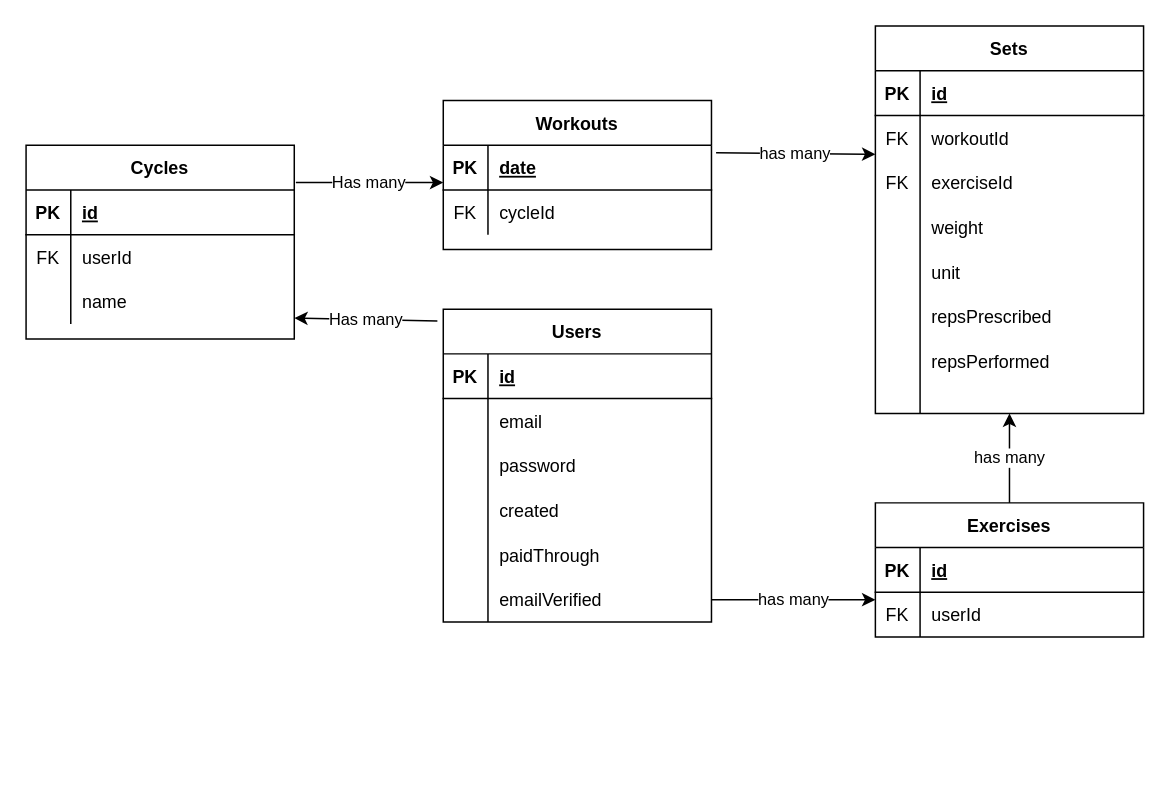
The draw.io diagram entity-relationship-diagram.drawio in garywige/wigedev-fitness-log, before the edit. Source tidied: cells renumbered, new cells numbered last; positions are measured from the earlier drawing's top-left corner, leaving out a move shared by most shapes. Both pictures are drawn from the tidied source at 149%, with x=0, y=0 at pixel (25, 25).
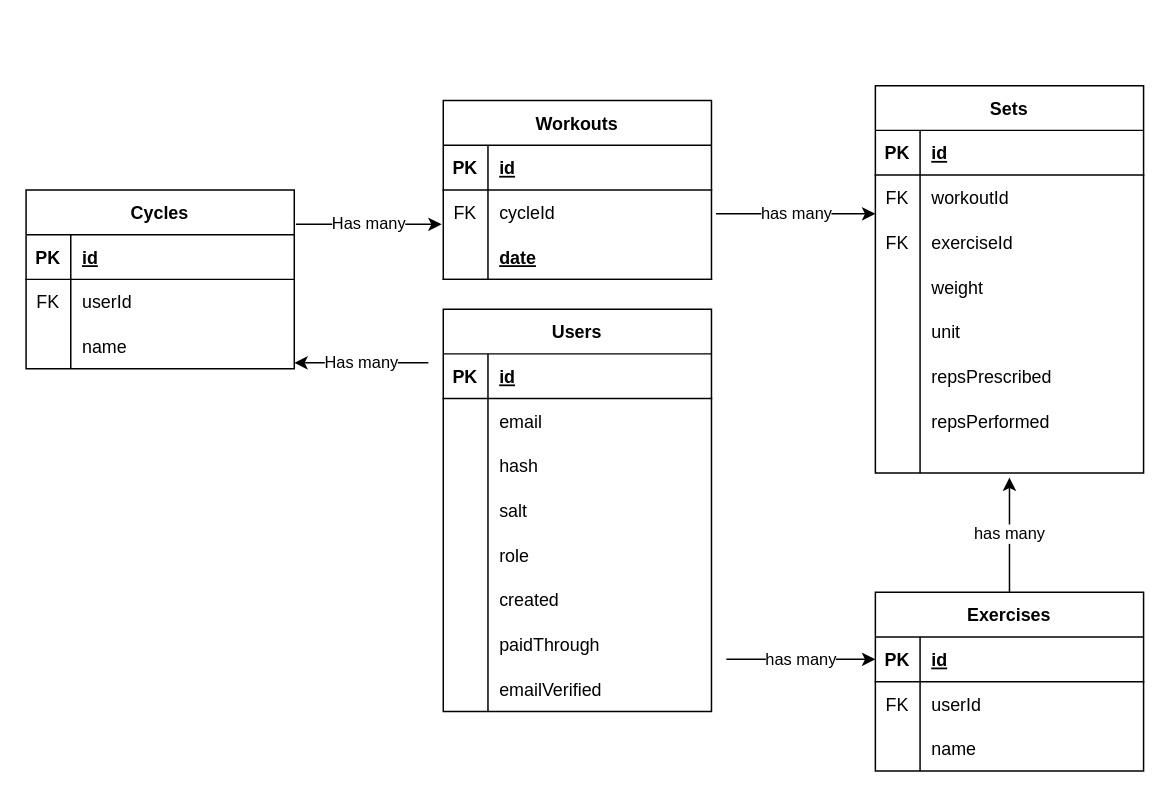
Above is the later version.

Unchanged cells that the change refers to:
```xml
<mxCell id="9" style="shape=tableRow;horizontal=0;startSize=0;swimlaneHead=0;swimlaneBody=0;fillColor=none;top=0;left=0;right=0;bottom=0;" parent="2" vertex="1">
  <mxGeometry y="90" width="180" height="30" as="geometry" />
</mxCell>
<mxCell id="32" style="shape=tableRow;horizontal=0;startSize=0;swimlaneHead=0;swimlaneBody=0;fillColor=none;points=[[0,0.5],[1,0.5]];portConstraint=eastwest;top=0;left=0;right=0;bottom=0;" parent="28" vertex="1">
  <mxGeometry y="60" width="180" height="30" as="geometry" />
</mxCell>
<mxCell id="49" style="shape=tableRow;horizontal=0;startSize=0;swimlaneHead=0;swimlaneBody=0;fillColor=none;points=[[0,0.5],[1,0.5]];portConstraint=eastwest;top=0;left=0;right=0;bottom=1;" parent="48" vertex="1">
  <mxGeometry y="30" width="180" height="30" as="geometry" />
</mxCell>
<mxCell id="52" style="shape=tableRow;horizontal=0;startSize=0;swimlaneHead=0;swimlaneBody=0;fillColor=none;points=[[0,0.5],[1,0.5]];portConstraint=eastwest;top=0;left=0;right=0;bottom=0;" parent="48" vertex="1">
  <mxGeometry y="60" width="180" height="30" as="geometry" />
</mxCell>
<mxCell id="65" style="shape=tableRow;horizontal=0;startSize=0;swimlaneHead=0;swimlaneBody=0;fillColor=none;points=[[0,0.5],[1,0.5]];portConstraint=eastwest;top=0;left=0;right=0;bottom=0;" parent="58" vertex="1">
  <mxGeometry y="90" width="180" height="30" as="geometry" />
</mxCell>
```

The edit, as a diff of the source:
```diff
@@
     <mxCell id="2" value="Users" style="shape=table;startSize=30;childLayout=tableLayout;rowLines=0;fontStyle=1;align=center;" parent="1" vertex="1">
-      <mxGeometry x="280" y="190" width="180" height="210" as="geometry" />
+      <mxGeometry x="280" y="190" width="180" height="270" as="geometry" />
     </mxCell>
@@
-    <mxCell id="11" value="password" style="shape=partialRectangle;fillColor=none;top=0;left=0;bottom=0;right=0;align=left;spacingLeft=6;overflow=hidden;" parent="9" vertex="1">
+    <mxCell id="11" value="hash" style="shape=partialRectangle;fillColor=none;top=0;left=0;bottom=0;right=0;align=left;spacingLeft=6;overflow=hidden;" parent="9" vertex="1">
       <mxGeometry x="30" width="150" height="30" as="geometry" />
     </mxCell>
+    <mxCell id="71" style="shape=tableRow;horizontal=0;startSize=0;swimlaneHead=0;swimlaneBody=0;fillColor=none;top=0;left=0;right=0;bottom=0;" parent="2" vertex="1">
+      <mxGeometry y="120" width="180" height="30" as="geometry" />
+    </mxCell>
+    <mxCell id="72" style="shape=partialRectangle;fillColor=none;top=0;left=0;bottom=0;right=0;overflow=hidden;" parent="71" vertex="1">
+      <mxGeometry width="30" height="30" as="geometry" />
+    </mxCell>
+    <mxCell id="73" value="salt" style="shape=partialRectangle;fillColor=none;top=0;left=0;bottom=0;right=0;align=left;spacingLeft=6;overflow=hidden;" parent="71" vertex="1">
+      <mxGeometry x="30" width="150" height="30" as="geometry" />
+    </mxCell>
+    <mxCell id="74" style="shape=tableRow;horizontal=0;startSize=0;swimlaneHead=0;swimlaneBody=0;fillColor=none;top=0;left=0;right=0;bottom=0;" parent="2" vertex="1">
+      <mxGeometry y="150" width="180" height="30" as="geometry" />
+    </mxCell>
+    <mxCell id="75" style="shape=partialRectangle;fillColor=none;top=0;left=0;bottom=0;right=0;overflow=hidden;" parent="74" vertex="1">
+      <mxGeometry width="30" height="30" as="geometry" />
+    </mxCell>
+    <mxCell id="76" value="role" style="shape=partialRectangle;fillColor=none;top=0;left=0;bottom=0;right=0;align=left;spacingLeft=6;overflow=hidden;" parent="74" vertex="1">
+      <mxGeometry x="30" width="150" height="30" as="geometry" />
+    </mxCell>
     <mxCell id="12" style="shape=tableRow;horizontal=0;startSize=0;swimlaneHead=0;swimlaneBody=0;fillColor=none;top=0;left=0;right=0;bottom=0;" parent="2" vertex="1">
-      <mxGeometry y="120" width="180" height="30" as="geometry" />
+      <mxGeometry y="180" width="180" height="30" as="geometry" />
     </mxCell>
@@
     <mxCell id="15" style="shape=tableRow;horizontal=0;startSize=0;swimlaneHead=0;swimlaneBody=0;fillColor=none;top=0;left=0;right=0;bottom=0;" parent="2" vertex="1">
-      <mxGeometry y="150" width="180" height="30" as="geometry" />
+      <mxGeometry y="210" width="180" height="30" as="geometry" />
     </mxCell>
@@
     <mxCell id="18" style="shape=tableRow;horizontal=0;startSize=0;swimlaneHead=0;swimlaneBody=0;fillColor=none;points=[[0,0.5],[1,0.5]];portConstraint=eastwest;top=0;left=0;right=0;bottom=0;" parent="2" vertex="1">
-      <mxGeometry y="180" width="180" height="30" as="geometry" />
+      <mxGeometry y="240" width="180" height="30" as="geometry" />
     </mxCell>
@@
     <mxCell id="21" value="Workouts" style="shape=table;startSize=30;childLayout=tableLayout;rowLines=0;fontStyle=1;align=center;" parent="1" vertex="1">
-      <mxGeometry x="280" y="50" width="180" height="100" as="geometry" />
+      <mxGeometry x="280" y="50" width="180" height="120" as="geometry" />
     </mxCell>
+    <mxCell id="77" style="shape=tableRow;horizontal=0;startSize=0;swimlaneHead=0;swimlaneBody=0;fillColor=none;top=0;left=0;right=0;bottom=1;" parent="21" vertex="1">
+      <mxGeometry y="30" width="180" height="30" as="geometry" />
+    </mxCell>
+    <mxCell id="78" value="PK" style="shape=partialRectangle;fillColor=none;top=0;left=0;bottom=0;right=0;fontStyle=1;overflow=hidden;" parent="77" vertex="1">
+      <mxGeometry width="30" height="30" as="geometry" />
+    </mxCell>
+    <mxCell id="79" value="id" style="shape=partialRectangle;fillColor=none;top=0;left=0;bottom=0;right=0;align=left;spacingLeft=6;fontStyle=5;overflow=hidden;" parent="77" vertex="1">
+      <mxGeometry x="30" width="150" height="30" as="geometry" />
+    </mxCell>
+    <mxCell id="25" style="shape=tableRow;horizontal=0;startSize=0;swimlaneHead=0;swimlaneBody=0;fillColor=none;points=[[0,0.5],[1,0.5]];portConstraint=eastwest;top=0;left=0;right=0;bottom=0;" parent="21" vertex="1">
+      <mxGeometry y="60" width="180" height="30" as="geometry" />
+    </mxCell>
+    <mxCell id="26" value="FK" style="shape=partialRectangle;fillColor=none;top=0;left=0;bottom=0;right=0;overflow=hidden;" parent="25" vertex="1">
+      <mxGeometry width="30" height="30" as="geometry" />
+    </mxCell>
+    <mxCell id="27" value="cycleId" style="shape=partialRectangle;fillColor=none;top=0;left=0;bottom=0;right=0;align=left;spacingLeft=6;overflow=hidden;" parent="25" vertex="1">
+      <mxGeometry x="30" width="150" height="30" as="geometry" />
+    </mxCell>
     <mxCell id="22" style="shape=tableRow;horizontal=0;startSize=0;swimlaneHead=0;swimlaneBody=0;fillColor=none;top=0;left=0;right=0;bottom=1;" parent="21" vertex="1">
-      <mxGeometry y="30" width="180" height="30" as="geometry" />
+      <mxGeometry y="90" width="180" height="30" as="geometry" />
     </mxCell>
-    <mxCell id="23" value="PK" style="shape=partialRectangle;fillColor=none;top=0;left=0;bottom=0;right=0;fontStyle=1;overflow=hidden;" parent="22" vertex="1">
+    <mxCell id="23" style="shape=partialRectangle;fillColor=none;top=0;left=0;bottom=0;right=0;fontStyle=1;overflow=hidden;" parent="22" vertex="1">
       <mxGeometry width="30" height="30" as="geometry" />
     </mxCell>
@@
-    <mxCell id="25" style="shape=tableRow;horizontal=0;startSize=0;swimlaneHead=0;swimlaneBody=0;fillColor=none;points=[[0,0.5],[1,0.5]];portConstraint=eastwest;top=0;left=0;right=0;bottom=0;" parent="21" vertex="1">
-      <mxGeometry y="60" width="180" height="30" as="geometry" />
-    </mxCell>
-    <mxCell id="26" value="FK" style="shape=partialRectangle;fillColor=none;top=0;left=0;bottom=0;right=0;overflow=hidden;" parent="25" vertex="1">
-      <mxGeometry width="30" height="30" as="geometry" />
-    </mxCell>
-    <mxCell id="27" value="cycleId" style="shape=partialRectangle;fillColor=none;top=0;left=0;bottom=0;right=0;align=left;spacingLeft=6;overflow=hidden;" parent="25" vertex="1">
-      <mxGeometry x="30" width="150" height="30" as="geometry" />
-    </mxCell>
     <mxCell id="28" value="Sets" style="shape=table;startSize=30;childLayout=tableLayout;rowLines=0;fontStyle=1;align=center;" parent="1" vertex="1">
-      <mxGeometry x="570" width="180" height="260" as="geometry" />
+      <mxGeometry x="570" y="40" width="180" height="260" as="geometry" />
     </mxCell>
@@
+    <mxCell id="80" style="shape=tableRow;horizontal=0;startSize=0;swimlaneHead=0;swimlaneBody=0;fillColor=none;top=0;left=0;right=0;bottom=0;" parent="28" vertex="1">
+      <mxGeometry y="180" width="180" height="30" as="geometry" />
+    </mxCell>
+    <mxCell id="81" style="shape=partialRectangle;fillColor=none;top=0;left=0;bottom=0;right=0;overflow=hidden;" parent="80" vertex="1">
+      <mxGeometry width="30" height="30" as="geometry" />
+    </mxCell>
+    <mxCell id="56" value="repsPrescribed" style="shape=partialRectangle;fillColor=none;top=0;left=0;bottom=0;right=0;align=left;spacingLeft=6;overflow=hidden;" parent="80" vertex="1">
+      <mxGeometry x="30" width="150" height="30" as="geometry" />
+    </mxCell>
+    <mxCell id="82" style="shape=tableRow;horizontal=0;startSize=0;swimlaneHead=0;swimlaneBody=0;fillColor=none;top=0;left=0;right=0;bottom=0;" parent="28" vertex="1">
+      <mxGeometry y="210" width="180" height="30" as="geometry" />
+    </mxCell>
+    <mxCell id="83" style="shape=partialRectangle;fillColor=none;top=0;left=0;bottom=0;right=0;overflow=hidden;" parent="82" vertex="1">
+      <mxGeometry width="30" height="30" as="geometry" />
+    </mxCell>
+    <mxCell id="57" value="repsPerformed" style="shape=partialRectangle;fillColor=none;top=0;left=0;bottom=0;right=0;align=left;spacingLeft=6;overflow=hidden;" parent="82" vertex="1">
+      <mxGeometry x="30" width="150" height="30" as="geometry" />
+    </mxCell>
     <mxCell id="44" style="shape=tableRow;horizontal=0;startSize=0;swimlaneHead=0;swimlaneBody=0;fillColor=none;points=[[0,0.5],[1,0.5]];portConstraint=eastwest;top=0;left=0;right=0;bottom=0;" parent="28" vertex="1">
-      <mxGeometry y="180" width="180" height="80" as="geometry" />
+      <mxGeometry y="240" width="180" height="20" as="geometry" />
     </mxCell>
     <mxCell id="45" style="shape=partialRectangle;fillColor=none;top=0;left=0;bottom=0;right=0;overflow=hidden;" parent="44" vertex="1">
-      <mxGeometry width="30" height="80" as="geometry" />
+      <mxGeometry width="30" height="20" as="geometry" />
     </mxCell>
     <mxCell id="46" style="shape=partialRectangle;fillColor=none;top=0;left=0;bottom=0;right=0;align=left;spacingLeft=6;overflow=hidden;" parent="44" vertex="1">
-      <mxGeometry x="30" width="150" height="80" as="geometry" />
+      <mxGeometry x="30" width="150" height="20" as="geometry" />
     </mxCell>
-    <mxCell id="47" value="has many" style="endArrow=classic;html=1;rounded=0;exitX=1.017;exitY=-0.167;exitDx=0;exitDy=0;exitPerimeter=0;entryX=0;entryY=0.867;entryDx=0;entryDy=0;entryPerimeter=0;" parent="1" edge="1" target="32">
+    <mxCell id="47" value="has many" style="endArrow=classic;html=1;rounded=0;entryX=0;entryY=0.867;entryDx=0;entryDy=0;entryPerimeter=0;" parent="1" edge="1" target="32">
       <mxGeometry relative="1" as="geometry">
-        <mxPoint x="463.1" y="85" as="sourcePoint" />
+        <mxPoint x="463" y="126" as="sourcePoint" />
       </mxGeometry>
     </mxCell>
     <mxCell id="48" value="Exercises" style="shape=table;startSize=30;childLayout=tableLayout;rowLines=0;fontStyle=1;align=center;" parent="1" vertex="1">
-      <mxGeometry x="570" y="320" width="180" height="90" as="geometry" />
+      <mxGeometry x="570" y="380" width="180" height="120" as="geometry" />
     </mxCell>
@@
-    <mxCell id="55" value="has many" style="endArrow=classic;html=1;rounded=0;exitX=0.5;exitY=0;exitDx=0;exitDy=0;entryX=0.5;entryY=1;entryDx=0;entryDy=0;" parent="1" edge="1" source="48" target="28">
-      <mxGeometry relative="1" as="geometry" />
-    </mxCell>
-    <mxCell id="56" value="repsPrescribed" style="shape=partialRectangle;fillColor=none;top=0;left=0;bottom=0;right=0;align=left;spacingLeft=6;overflow=hidden;" parent="1" vertex="1">
-      <mxGeometry x="600" y="180" width="150" height="30" as="geometry" />
-    </mxCell>
-    <mxCell id="57" value="repsPerformed" style="shape=partialRectangle;fillColor=none;top=0;left=0;bottom=0;right=0;align=left;spacingLeft=6;overflow=hidden;" parent="1" vertex="1">
-      <mxGeometry x="600" y="210" width="150" height="30" as="geometry" />
-    </mxCell>
+    <mxCell id="84" style="shape=tableRow;horizontal=0;startSize=0;swimlaneHead=0;swimlaneBody=0;fillColor=none;top=0;left=0;right=0;bottom=0;" parent="48" vertex="1">
+      <mxGeometry y="90" width="180" height="30" as="geometry" />
+    </mxCell>
+    <mxCell id="85" style="shape=partialRectangle;fillColor=none;top=0;left=0;bottom=0;right=0;overflow=hidden;" parent="84" vertex="1">
+      <mxGeometry width="30" height="30" as="geometry" />
+    </mxCell>
+    <mxCell id="86" value="name" style="shape=partialRectangle;fillColor=none;top=0;left=0;bottom=0;right=0;align=left;spacingLeft=6;overflow=hidden;strokeColor=default;" parent="84" vertex="1">
+      <mxGeometry x="30" width="150" height="30" as="geometry" />
+    </mxCell>
     <mxCell id="58" value="Cycles" style="shape=table;startSize=30;childLayout=tableLayout;rowLines=0;fontStyle=1;align=center;" parent="1" vertex="1">
-      <mxGeometry y="80" width="180" height="130" as="geometry" />
+      <mxGeometry y="110" width="180" height="120" as="geometry" />
     </mxCell>
@@
-    <mxCell id="68" value="Has many" style="endArrow=classic;html=1;rounded=0;exitX=-0.022;exitY=0.038;exitDx=0;exitDy=0;exitPerimeter=0;entryX=1;entryY=0.867;entryDx=0;entryDy=0;entryPerimeter=0;" parent="1" edge="1" source="2" target="65">
-      <mxGeometry relative="1" as="geometry" />
+    <mxCell id="68" value="Has many" style="endArrow=classic;html=1;rounded=0;entryX=1;entryY=0.867;entryDx=0;entryDy=0;entryPerimeter=0;" parent="1" edge="1" target="65">
+      <mxGeometry relative="1" as="geometry">
+        <mxPoint x="270" y="226" as="sourcePoint" />
+      </mxGeometry>
     </mxCell>
-    <mxCell id="69" value="Has many" style="endArrow=classic;html=1;rounded=0;exitX=1.006;exitY=0.192;exitDx=0;exitDy=0;exitPerimeter=0;" parent="1" edge="1" source="58">
-      <mxGeometry relative="1" as="geometry">
-        <mxPoint x="280" y="105" as="targetPoint" />
-      </mxGeometry>
+    <mxCell id="69" value="Has many" style="endArrow=classic;html=1;rounded=0;exitX=1.006;exitY=0.192;exitDx=0;exitDy=0;exitPerimeter=0;entryX=-0.006;entryY=0.767;entryDx=0;entryDy=0;entryPerimeter=0;" parent="1" edge="1" source="58" target="25">
+      <mxGeometry relative="1" as="geometry" />
     </mxCell>
-    <mxCell id="70" value="has many" style="endArrow=classic;html=1;rounded=0;entryX=0;entryY=0.167;entryDx=0;entryDy=0;exitX=1;exitY=0.5;exitDx=0;exitDy=0;entryPerimeter=0;" parent="1" edge="1" source="18" target="52">
-      <mxGeometry relative="1" as="geometry" />
+    <mxCell id="70" value="has many" style="endArrow=classic;html=1;rounded=0;entryX=0;entryY=0.5;entryDx=0;entryDy=0;" parent="1" edge="1" target="49">
+      <mxGeometry relative="1" as="geometry">
+        <mxPoint x="470" y="425" as="sourcePoint" />
+      </mxGeometry>
     </mxCell>
+    <mxCell id="55" value="has many" style="endArrow=classic;html=1;rounded=0;entryX=0.5;entryY=1.15;entryDx=0;entryDy=0;exitX=0.5;exitY=0;exitDx=0;exitDy=0;entryPerimeter=0;" parent="1" edge="1" source="48" target="44">
+      <mxGeometry relative="1" as="geometry" />
+    </mxCell>
```
